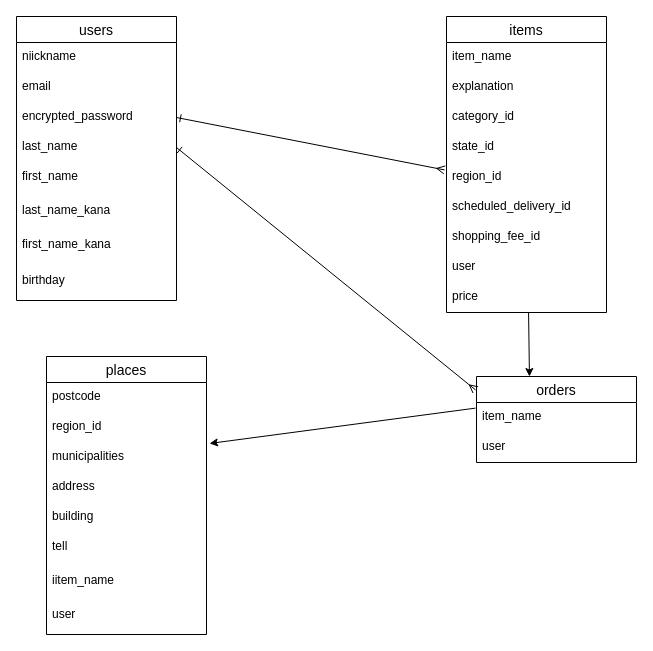
Above: test.dio in marugit28/furima-38923 (draw.io), before the change. Source tidied: cells renumbered, new cells numbered last; positions are measured from the earlier drawing's top-left corner, leaving out a move shared by most shapes. Both pictures are drawn from the tidied source at 100%, with x=0, y=0 at pixel (16, 16).
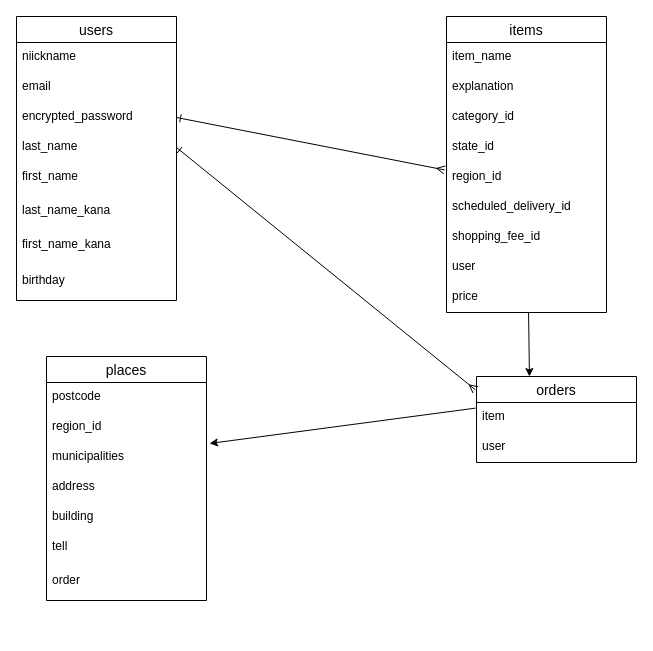
The same page after the edit.

Unchanged cells that the change refers to:
```xml
<mxCell id="31" value="orders" style="swimlane;fontStyle=0;horizontal=1;startSize=26;align=center;fontSize=14;" parent="1" vertex="1">
  <mxGeometry x="460" y="360" width="160" height="86" as="geometry" />
</mxCell>
```

The edit, as a diff of the source:
```diff
@@
     <mxCell id="2" value="places" style="swimlane;fontStyle=0;horizontal=1;startSize=26;align=center;fontSize=14;" parent="1" vertex="1">
-      <mxGeometry x="30" y="340" width="160" height="278" as="geometry" />
+      <mxGeometry x="30" y="340" width="160" height="244" as="geometry" />
     </mxCell>
@@
-    <mxCell id="9" value="iitem_name" style="text;strokeColor=none;fillColor=none;spacingLeft=4;spacingRight=4;overflow=hidden;fontSize=12;" parent="2" vertex="1">
+    <mxCell id="9" value="order" style="text;strokeColor=none;fillColor=none;spacingLeft=4;spacingRight=4;overflow=hidden;fontSize=12;" parent="2" vertex="1">
       <mxGeometry y="210" width="160" height="34" as="geometry" />
     </mxCell>
-    <mxCell id="10" value="user" style="text;strokeColor=none;fillColor=none;spacingLeft=4;spacingRight=4;overflow=hidden;fontSize=12;" parent="2" vertex="1">
-      <mxGeometry y="244" width="160" height="34" as="geometry" />
-    </mxCell>
@@
-    <mxCell id="32" value="item_name" style="text;strokeColor=none;fillColor=none;spacingLeft=4;spacingRight=4;overflow=hidden;points=[[0,0.5],[1,0.5]];portConstraint=eastwest;fontSize=12;labelBorderColor=none;" parent="31" vertex="1">
+    <mxCell id="32" value="item" style="text;strokeColor=none;fillColor=none;spacingLeft=4;spacingRight=4;overflow=hidden;points=[[0,0.5],[1,0.5]];portConstraint=eastwest;fontSize=12;labelBorderColor=none;" parent="31" vertex="1">
       <mxGeometry y="26" width="160" height="30" as="geometry" />
     </mxCell>
```
